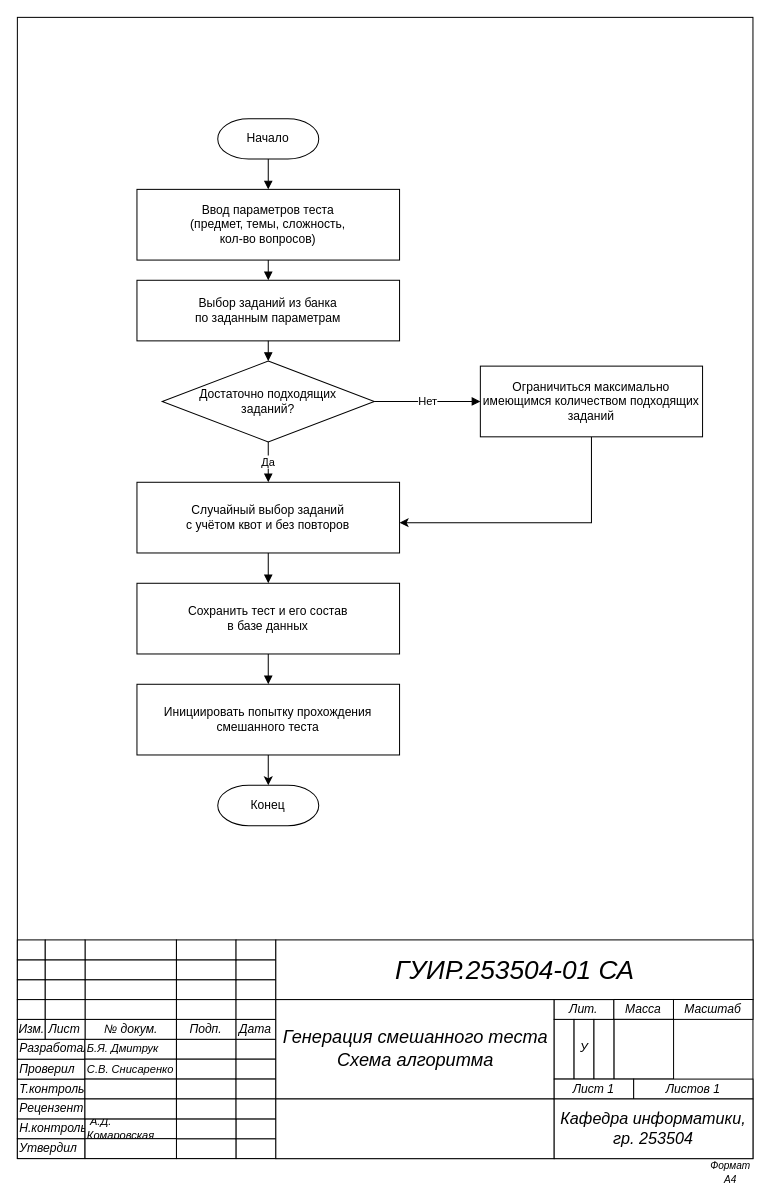
Above: page "Функциональная схема" (1 of 2) of diagrams/диаграммы в записку/ГУИР.253504-01 СА Генерация смешанного теста.drawio in KirillKurril/diplom (draw.io), before the change. Source tidied: cells renumbered, new cells numbered last; positions are measured from the earlier drawing's top-left corner, leaving out a move shared by most shapes. Both pictures are drawn from the tidied source at 101%, with x=0, y=0 at pixel (17, 17).
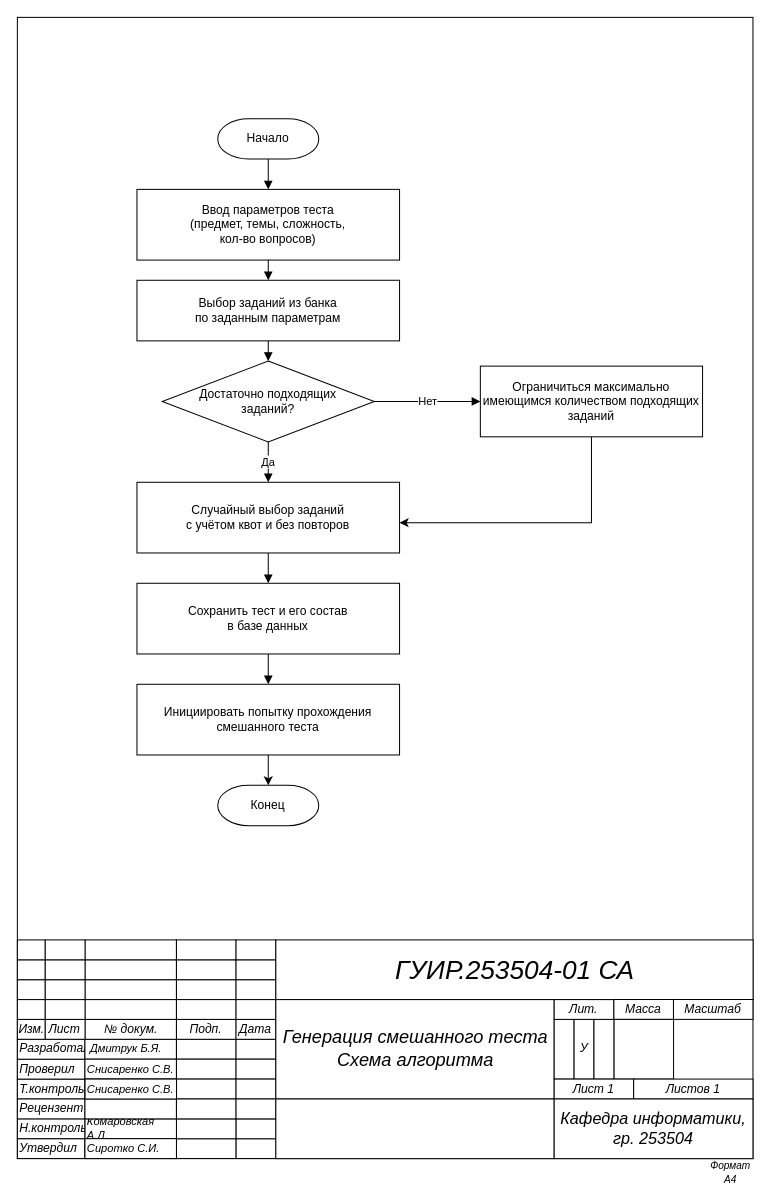
The same page after the edit.

The change refers to these unchanged cells:
```xml
<mxCell id="3" style="group;strokeWidth=2;fontFamily=Gost Type B;" parent="1" vertex="1">
  <mxGeometry x="-0.3" y="913.1" width="740" height="216.5" as="geometry" />
</mxCell>
```

Diff of the diagram source:
```diff
@@
-    <mxCell id="9" value="&lt;i style=&quot;font-family: &amp;quot;GOST type B&amp;quot;; font-size: 11px;&quot;&gt;Б.Я. Дмитрук&amp;nbsp;&lt;/i&gt;" style="rounded=0;whiteSpace=wrap;html=1;fontFamily=Gost Type B;fontStyle=2;align=left;" parent="3" vertex="1">
+    <mxCell id="9" value="&lt;i style=&quot;font-family: &amp;quot;GOST type B&amp;quot;; font-size: 11px;&quot;&gt;&amp;nbsp;Дмитрук Б.Я.&lt;/i&gt;" style="rounded=0;whiteSpace=wrap;html=1;fontFamily=Gost Type B;fontStyle=2;align=left;" parent="3" vertex="1">
       <mxGeometry x="66.9" y="98.4" width="90.6" height="19.7" as="geometry" />
     </mxCell>
-    <mxCell id="10" value="&lt;i style=&quot;font-family: &amp;quot;GOST type B&amp;quot;; font-size: 11px;&quot;&gt;С.В. Снисаренко&amp;nbsp;&lt;/i&gt;" style="rounded=0;whiteSpace=wrap;html=1;fontFamily=Gost Type B;fontStyle=2;align=left;" parent="3" vertex="1">
+    <mxCell id="10" value="&lt;i style=&quot;font-family: &amp;quot;GOST type B&amp;quot;; font-size: 11px;&quot;&gt;Снисаренко С.В.&lt;/i&gt;" style="rounded=0;whiteSpace=wrap;html=1;fontFamily=Gost Type B;fontStyle=2;align=left;" parent="3" vertex="1">
       <mxGeometry x="66.9" y="118.1" width="90.6" height="19.7" as="geometry" />
     </mxCell>
@@
-    <mxCell id="12" value="&lt;i style=&quot;font-family: &amp;quot;GOST type B&amp;quot;; font-size: 11px;&quot;&gt;&amp;nbsp;А.Д. Комаровская&amp;nbsp;&lt;/i&gt;" style="rounded=0;whiteSpace=wrap;html=1;fontSize=10;fontFamily=Gost Type B;fontStyle=2;align=left;" parent="3" vertex="1">
+    <mxCell id="12" value="&lt;i style=&quot;font-family: &amp;quot;GOST type B&amp;quot;; font-size: 11px;&quot;&gt;Комаровская А.Д.&lt;/i&gt;" style="rounded=0;whiteSpace=wrap;html=1;fontSize=10;fontFamily=Gost Type B;fontStyle=2;align=left;" parent="3" vertex="1">
       <mxGeometry x="67" y="177.2" width="90.6" height="19.7" as="geometry" />
     </mxCell>
@@
+    <mxCell id="85" value="&lt;i style=&quot;font-family: &amp;quot;GOST type B&amp;quot;; font-size: 11px;&quot;&gt;Снисаренко С.В.&lt;/i&gt;" style="rounded=0;whiteSpace=wrap;html=1;fontFamily=Gost Type B;fontStyle=2;align=left;" parent="3" vertex="1">
+      <mxGeometry x="67" y="137.8" width="90.6" height="19.7" as="geometry" />
+    </mxCell>
+    <mxCell id="86" value="&lt;i style=&quot;font-family: &amp;quot;GOST type B&amp;quot;; font-size: 11px;&quot;&gt;Сиротко С.И.&lt;/i&gt;" style="rounded=0;whiteSpace=wrap;html=1;fontSize=10;fontFamily=Gost Type B;fontStyle=2;align=left;" parent="3" vertex="1">
+      <mxGeometry x="66.9" y="196.8" width="90.6" height="19.7" as="geometry" />
+    </mxCell>
```
